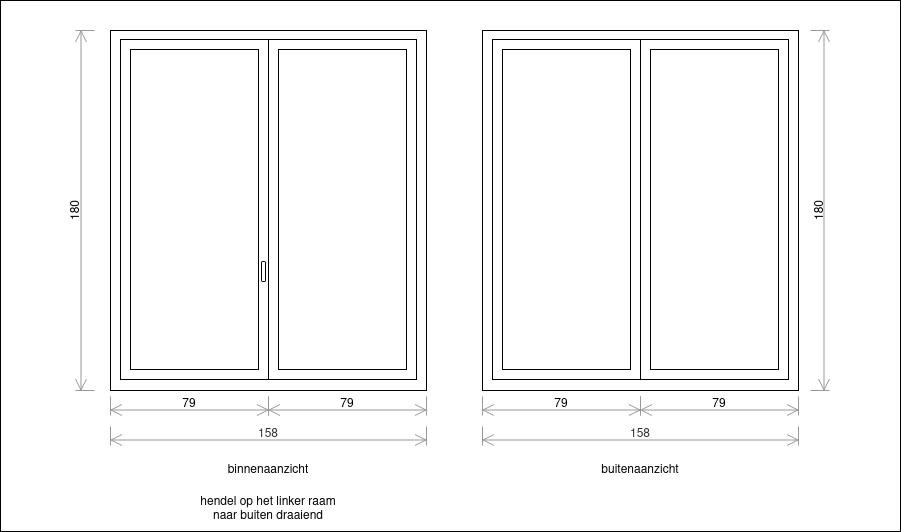
Earlier version of the draw.io export window.drawio.png (fckff/drawio). Source tidied: cells renumbered, new cells last; positions are measured from the earlier drawing's top-left corner, leaving out a move shared by most shapes.
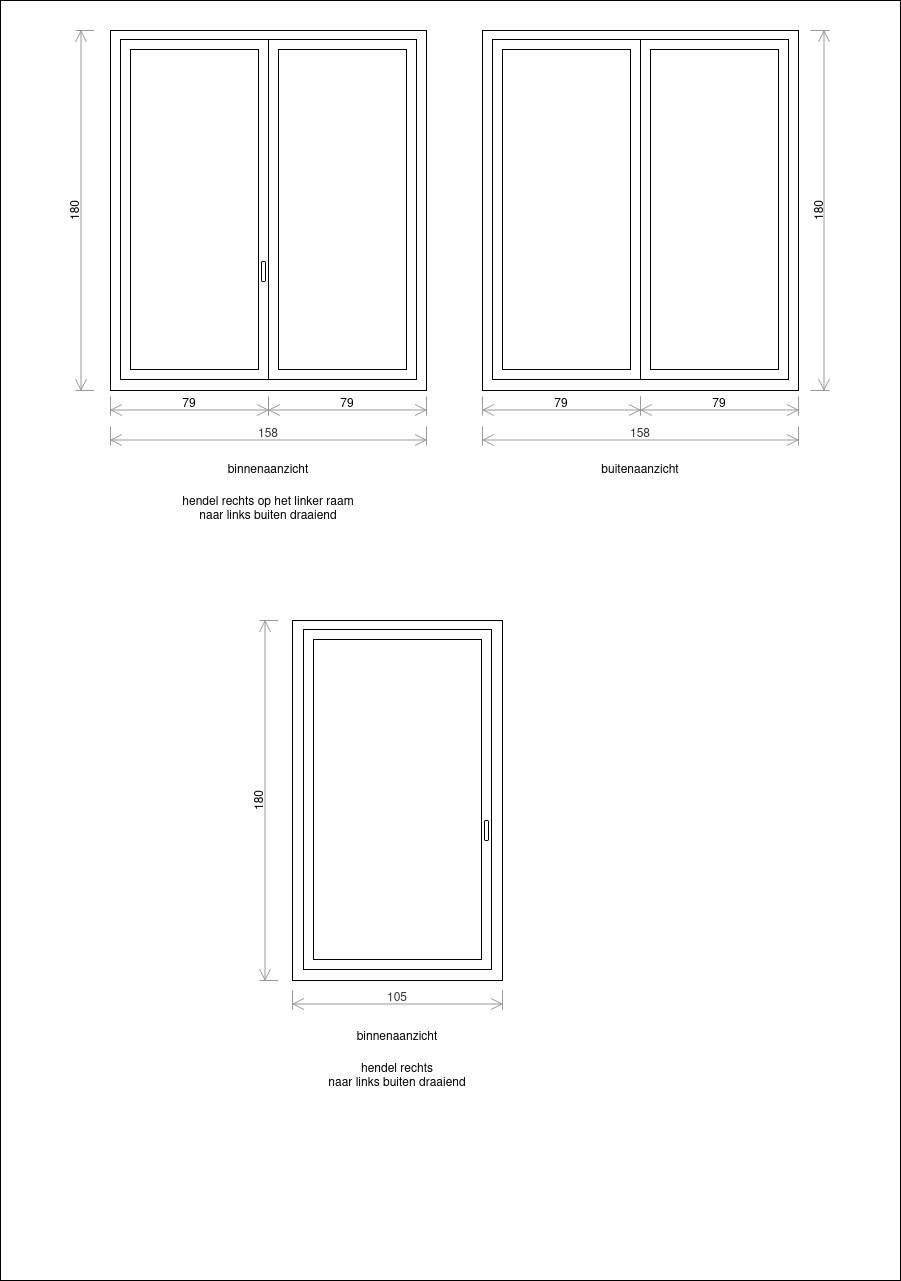
The same diagram one commit later.

Diff of the diagram source:
```diff
@@ -3,7 +3,7 @@
     <mxCell id="0" />
     <mxCell id="1" parent="0" />
     <mxCell id="2" style="whiteSpace=wrap;html=1;" parent="1" vertex="1">
-      <mxGeometry width="900" height="531" as="geometry" />
+      <mxGeometry width="900" height="1280" as="geometry" />
     </mxCell>
     <mxCell id="3" style="whiteSpace=wrap;html=1;" parent="1" vertex="1">
       <mxGeometry x="110" y="30" width="316" height="360" as="geometry" />
@@ -62,7 +62,7 @@
     <mxCell id="21" value="180" style="shape=dimension;direction=north;whiteSpace=wrap;html=1;align=center;verticalAlign=middle;labelBackgroundColor=none;horizontal=0;spacingBottom=3;strokeColor=#999999;labelPosition=center;verticalLabelPosition=middle;flipV=1;flipH=0;" parent="1" vertex="1">
       <mxGeometry x="810" y="30" width="19" height="360" as="geometry" />
     </mxCell>
-    <mxCell id="22" value="&lt;div&gt;hendel op het linker raam&lt;/div&gt;&lt;div&gt;naar buiten draaiend&lt;br&gt;&lt;/div&gt;" style="text;html=1;strokeColor=none;fillColor=none;align=center;verticalAlign=middle;whiteSpace=wrap;rounded=0;" parent="1" vertex="1">
+    <mxCell id="22" value="&lt;div&gt;hendel rechts op het linker raam&lt;/div&gt;&lt;div&gt;naar links buiten draaiend&lt;br&gt;&lt;/div&gt;" style="text;html=1;strokeColor=none;fillColor=none;align=center;verticalAlign=middle;whiteSpace=wrap;rounded=0;" parent="1" vertex="1">
       <mxGeometry x="110" y="492" width="316" height="30" as="geometry" />
     </mxCell>
     <mxCell id="23" value="79" style="shape=dimension;whiteSpace=wrap;html=1;align=center;verticalAlign=bottom;spacingBottom=3;labelBackgroundColor=none;strokeColor=#999999;" parent="1" vertex="1">
@@ -77,5 +77,29 @@
     <mxCell id="26" value="79" style="shape=dimension;whiteSpace=wrap;html=1;align=center;verticalAlign=bottom;spacingBottom=3;labelBackgroundColor=none;strokeColor=#999999;" parent="1" vertex="1">
       <mxGeometry x="482" y="396" width="158" height="19" as="geometry" />
     </mxCell>
+    <mxCell id="27" style="whiteSpace=wrap;html=1;" parent="1" vertex="1">
+      <mxGeometry x="292" y="620" width="210" height="360" as="geometry" />
+    </mxCell>
+    <mxCell id="28" style="rounded=0;whiteSpace=wrap;html=1;" parent="1" vertex="1">
+      <mxGeometry x="303" y="629" width="188" height="340" as="geometry" />
+    </mxCell>
+    <mxCell id="29" style="rounded=0;whiteSpace=wrap;html=1;" parent="1" vertex="1">
+      <mxGeometry x="313" y="639" width="168" height="320" as="geometry" />
+    </mxCell>
+    <mxCell id="30" style="rounded=1;whiteSpace=wrap;html=1;" parent="1" vertex="1">
+      <mxGeometry x="484" y="820" width="4" height="20" as="geometry" />
+    </mxCell>
+    <mxCell id="31" value="105" style="shape=dimension;whiteSpace=wrap;html=1;align=center;verticalAlign=bottom;spacingBottom=3;labelBackgroundColor=none;fillColor=#f5f5f5;fontColor=#333333;strokeColor=#999999;" parent="1" vertex="1">
+      <mxGeometry x="292" y="990" width="210" height="19" as="geometry" />
+    </mxCell>
+    <mxCell id="32" value="180" style="shape=dimension;direction=south;whiteSpace=wrap;html=1;align=center;verticalAlign=top;labelBackgroundColor=none;horizontal=0;spacingTop=-15;strokeColor=#999999;" parent="1" vertex="1">
+      <mxGeometry x="259" y="620" width="19" height="360" as="geometry" />
+    </mxCell>
+    <mxCell id="33" value="&lt;div&gt;binnenaanzicht&lt;/div&gt;" style="text;html=1;strokeColor=none;fillColor=none;align=center;verticalAlign=middle;whiteSpace=wrap;rounded=0;" parent="1" vertex="1">
+      <mxGeometry x="239" y="1020" width="316" height="30" as="geometry" />
+    </mxCell>
+    <mxCell id="34" value="&lt;div&gt;hendel rechts&lt;/div&gt;&lt;div&gt;naar links buiten draaiend&lt;br&gt;&lt;/div&gt;" style="text;html=1;strokeColor=none;fillColor=none;align=center;verticalAlign=middle;whiteSpace=wrap;rounded=0;" parent="1" vertex="1">
+      <mxGeometry x="239" y="1059" width="316" height="30" as="geometry" />
+    </mxCell>
   </root>
 </mxGraphModel>
```
